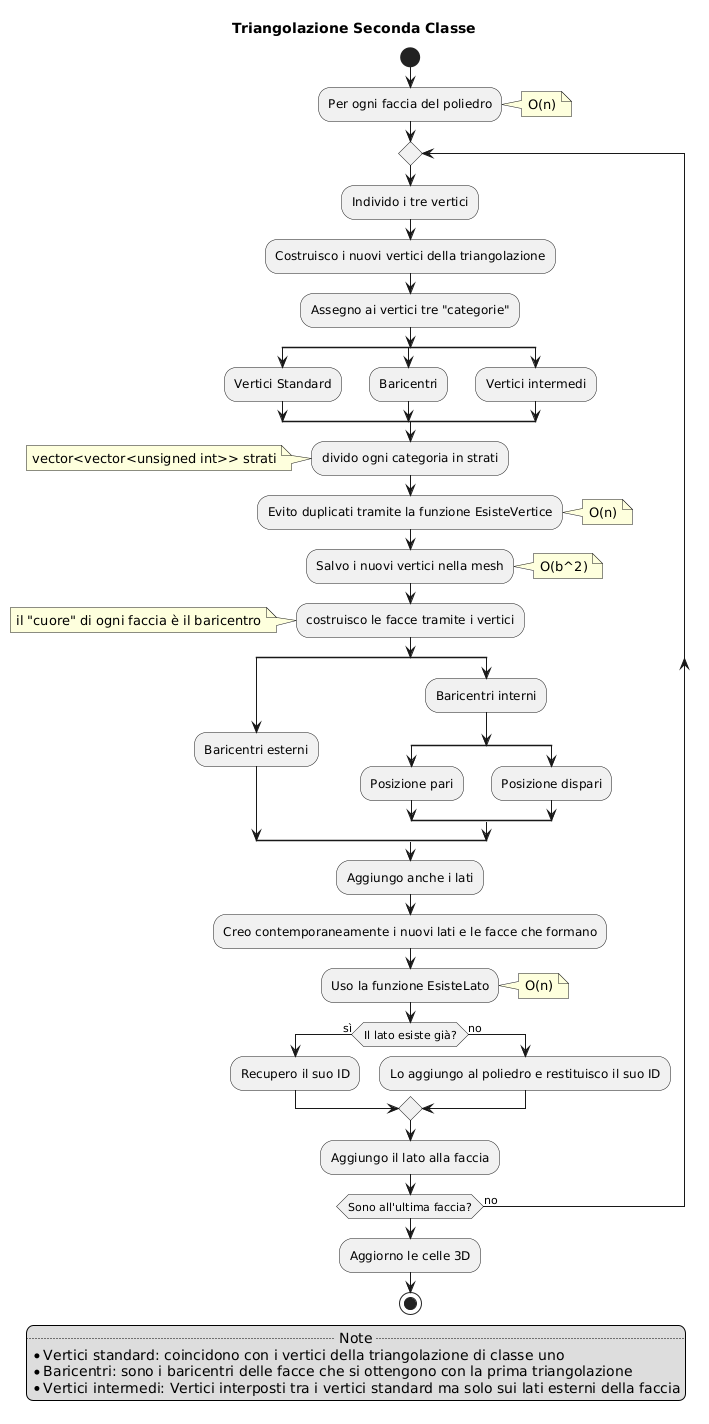
This is Documentazione/Triangolazione Classe2.png from UldericoGuzzardi/ProgettoPCS2025, a PlantUML export, as it was before one commit. Its diagram source:
```plantuml
@startuml
title Triangolazione Seconda Classe

start
   :Per ogni faccia del poliedro;

   note right
   O(n)
   end note

   repeat
   :Individo i tre vertici;
   :Costruisco i nuovi vertici della triangolazione;
   :Assegno ai vertici tre "categorie";

   split
   :Vertici Standard;

   split again
   :Baricentri;

   split again
   :Vertici intermedi;
   endsplit

   :divido ogni categoria in strati;
   note left
   vector<vector<unsigned int>> strati
   end note


   :Evito duplicati tramite la funzione EsisteVertice;
   note right
   O(n)
   end note

   :Salvo i nuovi vertici nella mesh;
   note right
   O(b^2)
   end note

   :costruisco le facce tramite i vertici;
   note left
   il "cuore" di ogni faccia è il baricentro
   end note

   split
   :Baricentri esterni;

   split again
   :Baricentri interni;

      split
         :Posizione pari;

      split again
         :Posizione dispari;

      endsplit

   endsplit

   :Aggiungo anche i lati;
   :Creo contemporaneamente i nuovi lati e le facce che formano;
   :Uso la funzione EsisteLato;

   note right
   O(n)
   end note

   if (Il lato esiste già?) then (sì)
     :Recupero il suo ID;

   else (no)
     :Lo aggiungo al poliedro e restituisco il suo ID;

   endif
   :Aggiungo il lato alla faccia;

   repeat while (Sono all'ultima faccia?) is (no)
   :Aggiorno le celle 3D;






stop

legend right
.. Note ..
* Vertici standard: coincidono con i vertici della triangolazione di classe uno
* Baricentri: sono i baricentri delle facce che si ottengono con la prima triangolazione
* Vertici intermedi: Vertici interposti tra i vertici standard ma solo sui lati esterni della faccia
endlegend
@enduml
```
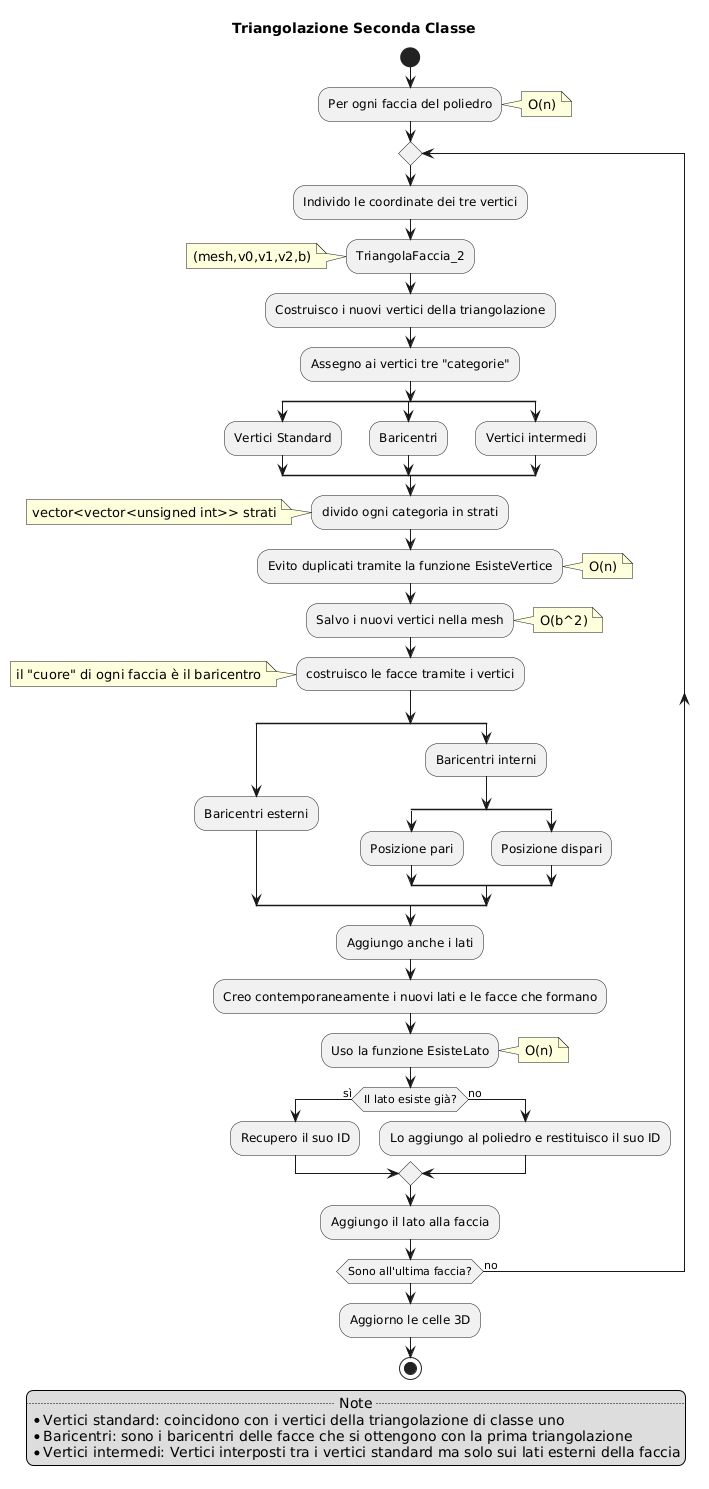
Above is the later version.

Diff of the diagram source:
```diff
@@ -9,7 +9,12 @@
    end note
 
    repeat
-   :Individo i tre vertici;
+   :Individo le coordinate dei tre vertici;
+
+   :TriangolaFaccia_2;
+   note left
+   (mesh,v0,v1,v2,b)
+   end note
    :Costruisco i nuovi vertici della triangolazione;
    :Assegno ai vertici tre "categorie";
 
```
